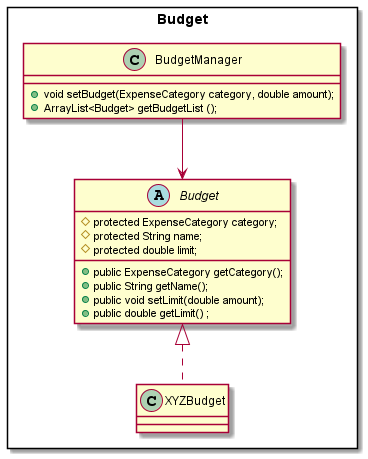
The PlantUML diagram docs/images/Budget.png in yanjia1777/tp, before a commit.
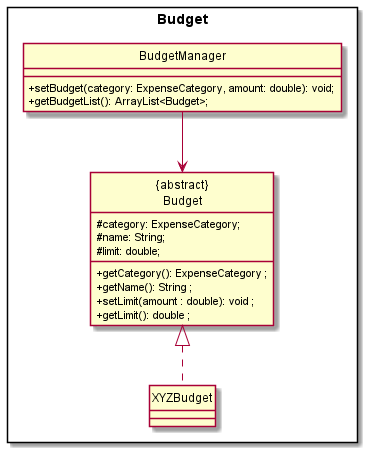
After the commit.

Diff of the diagram source:
```diff
@@ -1,21 +1,24 @@
 @startuml
-
+skinparam classAttributeIconSize 0
+hide circle
 package "Budget" <<Rectangle>> {
 class BudgetManager {
-+void setBudget(ExpenseCategory category, double amount);
-+ArrayList<Budget> getBudgetList ();
++ setBudget(category: ExpenseCategory, amount: double): void;
++ getBudgetList(): ArrayList<Budget>;
                     }
-abstract class Budget {
-#protected ExpenseCategory category;
-#protected String name;
-#protected double limit;
-+public ExpenseCategory getCategory();
-+public String getName();
-+public void setLimit(double amount);
-+public double getLimit() ;
+Class "{abstract}\nBudget" as Budget{
+# category: ExpenseCategory;
+# name: String;
+# limit: double;
++ getCategory(): ExpenseCategory ;
++ getName(): String ;
++ setLimit(amount : double): void ;
++ getLimit(): double ;
 }
 
-class XYZBudget
+class XYZBudget {
+
+}
 }
 
 
```
